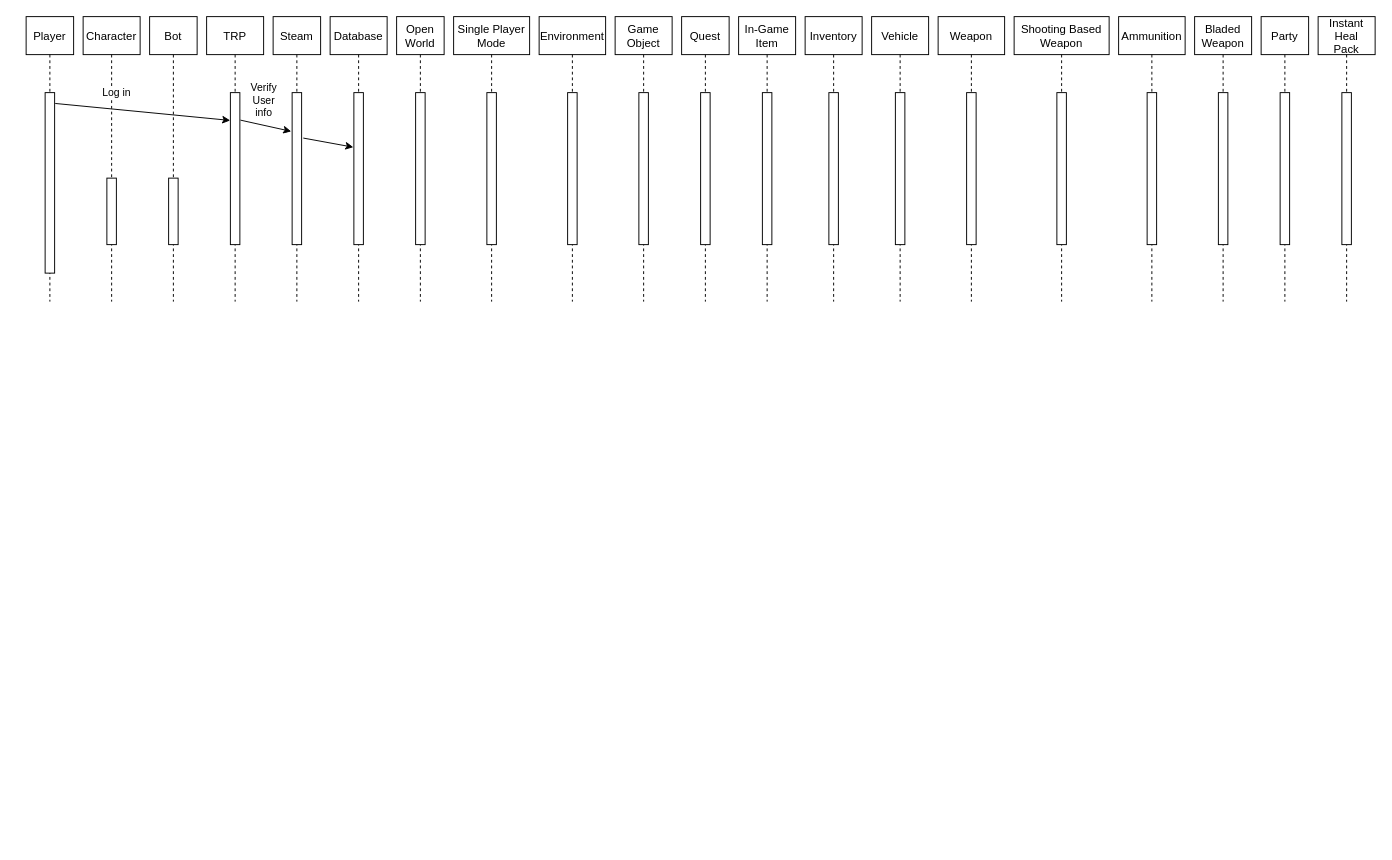
This is Pictures/sequence Diagram.drawio from FM-Man/SPL_2, a draw.io file, before an edit. Source tidied: cells renumbered, new cells numbered last; positions are measured from the earlier drawing's top-left corner, leaving out a move shared by most shapes. Both pictures are drawn from the tidied source at 95%, with x=0, y=0 at pixel (26, 16).
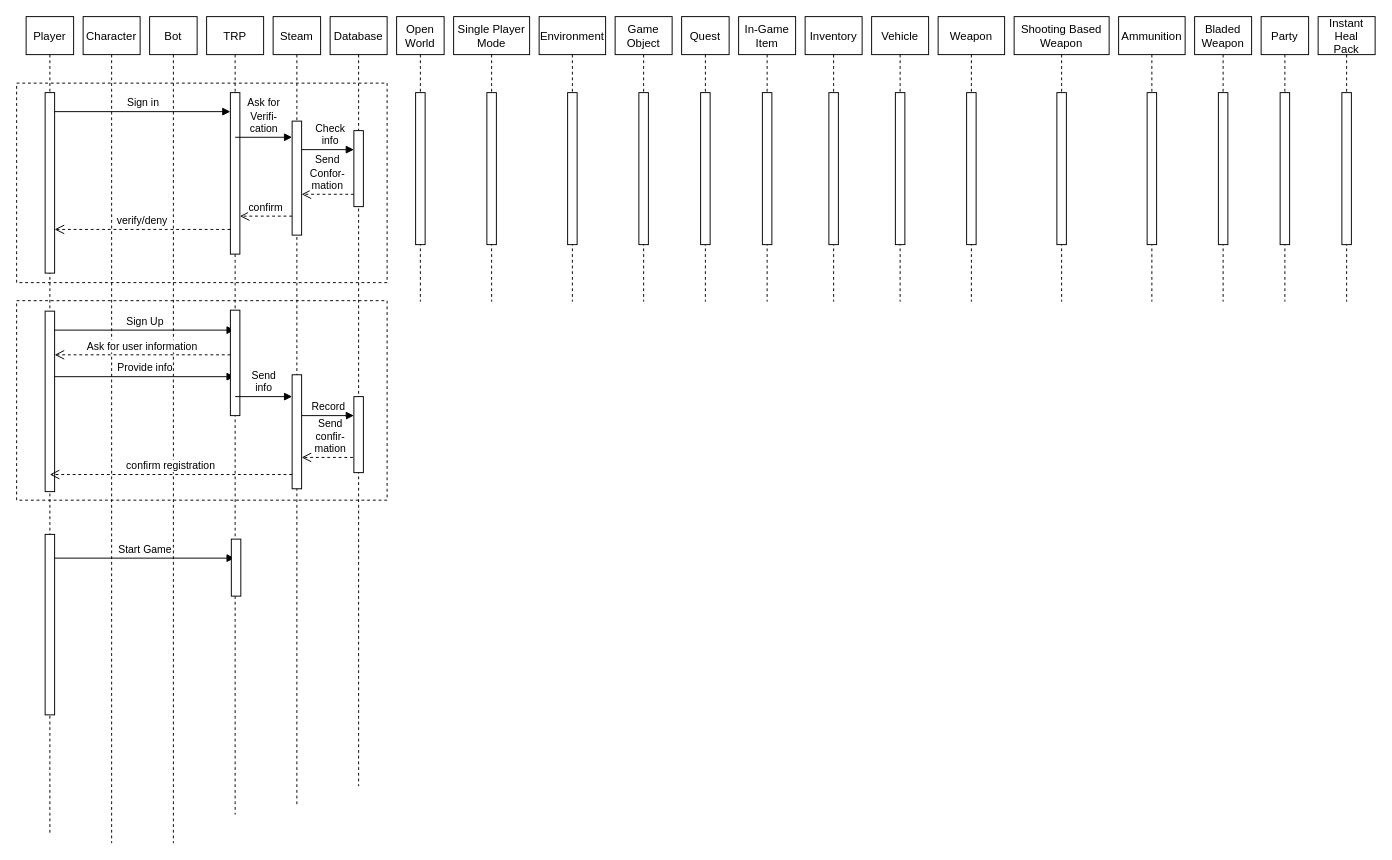
The same diagram, later.

Unchanged cells that the change refers to:
```xml
<mxCell id="3" style="points=[];perimeter=orthogonalPerimeter;rounded=0;shadow=0;strokeWidth=1;" parent="2" vertex="1">
  <mxGeometry x="20" y="80" width="10" height="190" as="geometry" />
</mxCell>
```

Diff of the diagram source:
```diff
@@
+    <mxCell id="47" style="rounded=0;whiteSpace=wrap;html=1;fillColor=none;dashed=1;" parent="1" vertex="1">
+      <mxGeometry x="-10" y="299" width="390" height="210" as="geometry" />
+    </mxCell>
+    <mxCell id="48" style="rounded=0;whiteSpace=wrap;html=1;fillColor=none;dashed=1;" parent="1" vertex="1">
+      <mxGeometry x="-10" y="70" width="390" height="210" as="geometry" />
+    </mxCell>
     <mxCell id="2" value="Player" style="shape=umlLifeline;perimeter=lifelinePerimeter;rounded=0;shadow=0;strokeWidth=1;" parent="1" vertex="1">
-      <mxGeometry width="50" height="300" as="geometry" />
+      <mxGeometry width="50" height="860" as="geometry" />
     </mxCell>
@@
+    <mxCell id="49" value="Sign in" style="html=1;verticalAlign=bottom;endArrow=block;rounded=0;" parent="2" edge="1" target="55">
+      <mxGeometry relative="1" as="geometry">
+        <mxPoint x="30" y="100" as="sourcePoint" />
+      </mxGeometry>
+    </mxCell>
+    <mxCell id="50" style="perimeter=orthogonalPerimeter;rounded=0;shadow=0;strokeWidth=1;" parent="2" vertex="1">
+      <mxGeometry x="20" y="310" width="10" height="190" as="geometry" />
+    </mxCell>
+    <mxCell id="51" value="Sign Up" style="html=1;verticalAlign=bottom;endArrow=block;rounded=0;" parent="2" edge="1" target="8">
+      <mxGeometry relative="1" as="geometry">
+        <mxPoint x="30" y="330" as="sourcePoint" />
+      </mxGeometry>
+    </mxCell>
+    <mxCell id="52" value="Provide info" style="html=1;verticalAlign=bottom;endArrow=block;rounded=0;" parent="2" edge="1">
+      <mxGeometry relative="1" as="geometry">
+        <mxPoint x="30" y="379" as="sourcePoint" />
+        <mxPoint x="219.5" y="379" as="targetPoint" />
+      </mxGeometry>
+    </mxCell>
+    <mxCell id="53" style="perimeter=orthogonalPerimeter;rounded=0;shadow=0;strokeWidth=1;" parent="2" vertex="1">
+      <mxGeometry x="20" y="545" width="10" height="190" as="geometry" />
+    </mxCell>
+    <mxCell id="54" value="Start Game" style="html=1;verticalAlign=bottom;endArrow=block;rounded=0;" parent="2" edge="1" target="8">
+      <mxGeometry relative="1" as="geometry">
+        <mxPoint x="30" y="570" as="sourcePoint" />
+      </mxGeometry>
+    </mxCell>
     <mxCell id="4" value="Character" style="shape=umlLifeline;perimeter=lifelinePerimeter;rounded=0;shadow=0;strokeWidth=1;" parent="1" vertex="1">
-      <mxGeometry x="60" width="60" height="300" as="geometry" />
+      <mxGeometry x="60" width="60" height="870" as="geometry" />
     </mxCell>
-    <mxCell id="5" style="perimeter=orthogonalPerimeter;rounded=0;shadow=0;strokeWidth=1;" parent="4" vertex="1">
-      <mxGeometry x="25" y="170" width="10" height="70" as="geometry" />
-    </mxCell>
     <mxCell id="6" value="Bot" style="shape=umlLifeline;perimeter=lifelinePerimeter;rounded=0;shadow=0;strokeWidth=1;" parent="1" vertex="1">
-      <mxGeometry x="130" width="50" height="300" as="geometry" />
+      <mxGeometry x="130" width="50" height="870" as="geometry" />
     </mxCell>
-    <mxCell id="7" style="perimeter=orthogonalPerimeter;rounded=0;shadow=0;strokeWidth=1;" parent="6" vertex="1">
-      <mxGeometry x="20" y="170" width="10" height="70" as="geometry" />
-    </mxCell>
     <mxCell id="8" value="TRP" style="shape=umlLifeline;perimeter=lifelinePerimeter;rounded=0;shadow=0;strokeWidth=1;" parent="1" vertex="1">
-      <mxGeometry x="190" width="60" height="300" as="geometry" />
+      <mxGeometry x="190" width="60" height="840" as="geometry" />
     </mxCell>
-    <mxCell id="9" style="points=[];perimeter=orthogonalPerimeter;rounded=0;shadow=0;strokeWidth=1;" parent="8" vertex="1">
-      <mxGeometry x="25" y="80" width="10" height="160" as="geometry" />
-    </mxCell>
+    <mxCell id="55" style="points=[];perimeter=orthogonalPerimeter;rounded=0;shadow=0;strokeWidth=1;" parent="8" vertex="1">
+      <mxGeometry x="25" y="80" width="10" height="170" as="geometry" />
+    </mxCell>
+    <mxCell id="56" value="&lt;div&gt;Ask for &lt;br&gt;&lt;/div&gt;&lt;div&gt;Verifi-&lt;/div&gt;&lt;div&gt;cation&lt;br&gt;&lt;/div&gt;" style="html=1;verticalAlign=bottom;endArrow=block;rounded=0;" parent="8" edge="1" target="62">
+      <mxGeometry relative="1" as="geometry">
+        <mxPoint x="30" y="127" as="sourcePoint" />
+      </mxGeometry>
+    </mxCell>
+    <mxCell id="57" value="confirm" style="html=1;verticalAlign=bottom;endArrow=open;dashed=1;endSize=8;rounded=0;" parent="8" edge="1" target="55">
+      <mxGeometry relative="1" as="geometry">
+        <mxPoint x="90" y="210" as="sourcePoint" />
+      </mxGeometry>
+    </mxCell>
+    <mxCell id="58" style="perimeter=orthogonalPerimeter;rounded=0;shadow=0;strokeWidth=1;" parent="8" vertex="1">
+      <mxGeometry x="25" y="309" width="10" height="111" as="geometry" />
+    </mxCell>
+    <mxCell id="59" value="&lt;div&gt;Send&lt;/div&gt;&lt;div&gt;info&lt;/div&gt;" style="html=1;verticalAlign=bottom;endArrow=block;rounded=0;" parent="8" edge="1" target="65">
+      <mxGeometry relative="1" as="geometry">
+        <mxPoint x="30" y="400" as="sourcePoint" />
+      </mxGeometry>
+    </mxCell>
+    <mxCell id="60" value="confirm registration" style="html=1;verticalAlign=bottom;endArrow=open;dashed=1;endSize=8;rounded=0;" parent="8" edge="1">
+      <mxGeometry relative="1" as="geometry">
+        <mxPoint x="90" y="482" as="sourcePoint" />
+        <mxPoint x="-165.1" y="482" as="targetPoint" />
+      </mxGeometry>
+    </mxCell>
+    <mxCell id="61" style="perimeter=orthogonalPerimeter;rounded=0;shadow=0;strokeWidth=1;" parent="8" vertex="1">
+      <mxGeometry x="26" y="550" width="10" height="60" as="geometry" />
+    </mxCell>
     <mxCell id="10" value="Steam" style="shape=umlLifeline;perimeter=lifelinePerimeter;rounded=0;shadow=0;strokeWidth=1;" parent="1" vertex="1">
-      <mxGeometry x="260" width="50" height="300" as="geometry" />
+      <mxGeometry x="260" width="50" height="830" as="geometry" />
     </mxCell>
-    <mxCell id="11" style="points=[];perimeter=orthogonalPerimeter;rounded=0;shadow=0;strokeWidth=1;" parent="10" vertex="1">
-      <mxGeometry x="20" y="80" width="10" height="160" as="geometry" />
-    </mxCell>
+    <mxCell id="62" style="points=[];perimeter=orthogonalPerimeter;rounded=0;shadow=0;strokeWidth=1;" parent="10" vertex="1">
+      <mxGeometry x="20" y="110" width="10" height="120" as="geometry" />
+    </mxCell>
+    <mxCell id="63" value="&lt;div&gt;Check &lt;br&gt;&lt;/div&gt;&lt;div&gt;info&lt;/div&gt;" style="html=1;verticalAlign=bottom;endArrow=block;rounded=0;" parent="10" edge="1">
+      <mxGeometry x="0.09" relative="1" as="geometry">
+        <mxPoint x="30" y="140" as="sourcePoint" />
+        <mxPoint x="85" y="140" as="targetPoint" />
+      </mxGeometry>
+    </mxCell>
+    <mxCell id="64" value="&lt;div&gt;Send&lt;/div&gt;&lt;div&gt;Confor-&lt;/div&gt;&lt;div&gt;mation&lt;/div&gt;" style="html=1;verticalAlign=bottom;endArrow=open;dashed=1;endSize=8;rounded=0;" parent="10" edge="1">
+      <mxGeometry relative="1" as="geometry">
+        <mxPoint x="85" y="187" as="sourcePoint" />
+        <mxPoint x="30" y="187" as="targetPoint" />
+      </mxGeometry>
+    </mxCell>
+    <mxCell id="65" style="points=[];perimeter=orthogonalPerimeter;rounded=0;shadow=0;strokeWidth=1;" parent="10" vertex="1">
+      <mxGeometry x="20" y="377" width="10" height="120" as="geometry" />
+    </mxCell>
+    <mxCell id="66" value="Record" style="html=1;verticalAlign=bottom;endArrow=block;rounded=0;" parent="10" edge="1" target="69">
+      <mxGeometry relative="1" as="geometry">
+        <mxPoint x="30" y="420" as="sourcePoint" />
+      </mxGeometry>
+    </mxCell>
+    <mxCell id="67" value="&lt;div&gt;Send &lt;br&gt;&lt;/div&gt;&lt;div&gt;confir-&lt;/div&gt;&lt;div&gt;mation&lt;/div&gt;" style="html=1;verticalAlign=bottom;endArrow=open;dashed=1;endSize=8;rounded=0;" parent="10" edge="1">
+      <mxGeometry relative="1" as="geometry">
+        <mxPoint x="90" y="464" as="sourcePoint" />
+        <mxPoint x="30" y="464" as="targetPoint" />
+      </mxGeometry>
+    </mxCell>
     <mxCell id="12" value="Database" style="shape=umlLifeline;perimeter=lifelinePerimeter;rounded=0;shadow=0;strokeWidth=1;" parent="1" vertex="1">
-      <mxGeometry x="320" width="60" height="300" as="geometry" />
+      <mxGeometry x="320" width="60" height="810" as="geometry" />
     </mxCell>
-    <mxCell id="13" style="points=[];perimeter=orthogonalPerimeter;rounded=0;shadow=0;strokeWidth=1;" parent="12" vertex="1">
-      <mxGeometry x="25" y="80" width="10" height="160" as="geometry" />
-    </mxCell>
+    <mxCell id="68" style="perimeter=orthogonalPerimeter;rounded=0;shadow=0;strokeWidth=1;" parent="12" vertex="1">
+      <mxGeometry x="25" y="120" width="10" height="80" as="geometry" />
+    </mxCell>
+    <mxCell id="69" style="points=[];perimeter=orthogonalPerimeter;rounded=0;shadow=0;strokeWidth=1;" parent="12" vertex="1">
+      <mxGeometry x="25" y="400" width="10" height="80" as="geometry" />
+    </mxCell>
@@
-    <mxCell id="42" style="endArrow=classic;html=1;rounded=0;exitX=1.065;exitY=0.06;exitDx=0;exitDy=0;exitPerimeter=0;entryX=-0.015;entryY=0.183;entryDx=0;entryDy=0;entryPerimeter=0;" parent="1" edge="1" source="3" target="9">
-      <mxGeometry relative="1" as="geometry" />
-    </mxCell>
-    <mxCell id="43" value="Log in" style="edgeLabel;html=1;align=center;verticalAlign=middle;" parent="42" vertex="1">
-      <mxGeometry x="-0.29" y="1" relative="1" as="geometry">
-        <mxPoint x="-2" y="-17" as="offset" />
-      </mxGeometry>
-    </mxCell>
-    <mxCell id="44" style="endArrow=classic;html=1;rounded=0;entryX=-0.092;entryY=0.255;entryDx=0;entryDy=0;entryPerimeter=0;exitX=1.062;exitY=0.181;exitDx=0;exitDy=0;exitPerimeter=0;" parent="1" edge="1" source="9" target="11">
-      <mxGeometry relative="1" as="geometry" />
-    </mxCell>
-    <mxCell id="45" value="&lt;div&gt;Verify&lt;/div&gt;&lt;div&gt;User&lt;/div&gt;&lt;div&gt;info&lt;br&gt;&lt;/div&gt;" style="edgeLabel;html=1;align=center;verticalAlign=middle;" parent="44" vertex="1">
-      <mxGeometry x="-0.21" relative="1" as="geometry">
-        <mxPoint x="2" y="-26" as="offset" />
-      </mxGeometry>
-    </mxCell>
-    <mxCell id="46" style="endArrow=classic;html=1;rounded=0;exitX=1.177;exitY=0.299;exitDx=0;exitDy=0;exitPerimeter=0;entryX=-0.054;entryY=0.359;entryDx=0;entryDy=0;entryPerimeter=0;" parent="1" edge="1" source="11" target="13">
-      <mxGeometry relative="1" as="geometry" />
-    </mxCell>
+    <mxCell id="70" value="verify/deny" style="html=1;verticalAlign=bottom;endArrow=open;dashed=1;endSize=8;rounded=0;" parent="1" edge="1">
+      <mxGeometry relative="1" as="geometry">
+        <mxPoint x="215" y="224" as="sourcePoint" />
+        <mxPoint x="30" y="224" as="targetPoint" />
+      </mxGeometry>
+    </mxCell>
+    <mxCell id="71" value="Ask for user information" style="html=1;verticalAlign=bottom;endArrow=open;dashed=1;endSize=8;rounded=0;" parent="1" edge="1">
+      <mxGeometry relative="1" as="geometry">
+        <mxPoint x="215" y="356" as="sourcePoint" />
+        <mxPoint x="30" y="356" as="targetPoint" />
+      </mxGeometry>
+    </mxCell>
```
